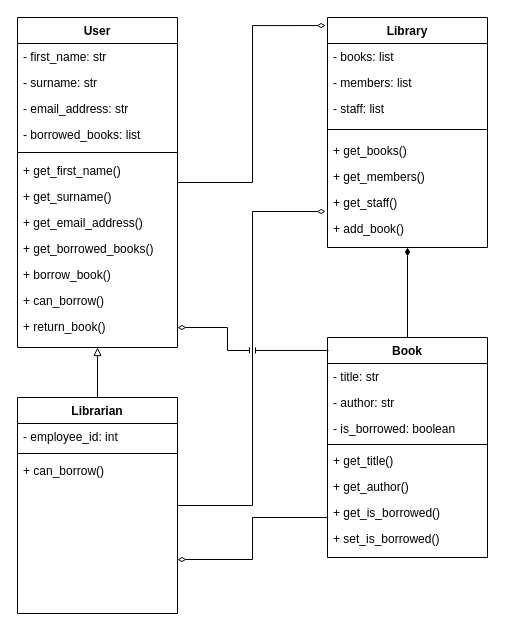
JoshuaBilsland/library-management-system keeps this draw.io diagram as docs/lms_class_diagram.drawio. Above is the earlier version. Source tidied: cells renumbered, new cells numbered last; positions are measured from the earlier drawing's top-left corner, leaving out a move shared by most shapes. Both pictures are drawn from the tidied source at 100%, with x=0, y=0 at pixel (17, 17).
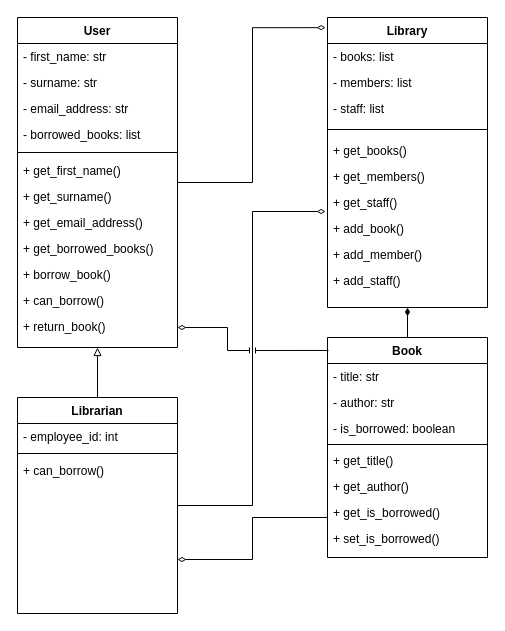
The same diagram, later.

Commit message (it also covers changes not shown here):
feat: add book class

Diff of the diagram source:
```diff
@@
     <mxCell id="16" value="Library" style="swimlane;fontStyle=1;align=center;verticalAlign=top;horizontal=1;startSize=26;rounded=0;shadow=0;strokeWidth=1;" parent="1" vertex="1">
-      <mxGeometry x="310" width="160" height="230" as="geometry" />
+      <mxGeometry x="310" width="160" height="290" as="geometry" />
     </mxCell>
@@
+    <mxCell id="43" value="+ add_member()" style="text;strokeColor=none;fillColor=none;align=left;verticalAlign=top;spacingLeft=4;spacingRight=4;overflow=hidden;whiteSpace=wrap;html=1;" parent="16" vertex="1">
+      <mxGeometry y="224" width="160" height="26" as="geometry" />
+    </mxCell>
+    <mxCell id="44" value="+ add_staff()" style="text;strokeColor=none;fillColor=none;align=left;verticalAlign=top;spacingLeft=4;spacingRight=4;overflow=hidden;whiteSpace=wrap;html=1;" parent="16" vertex="1">
+      <mxGeometry y="250" width="160" height="26" as="geometry" />
+    </mxCell>
```
